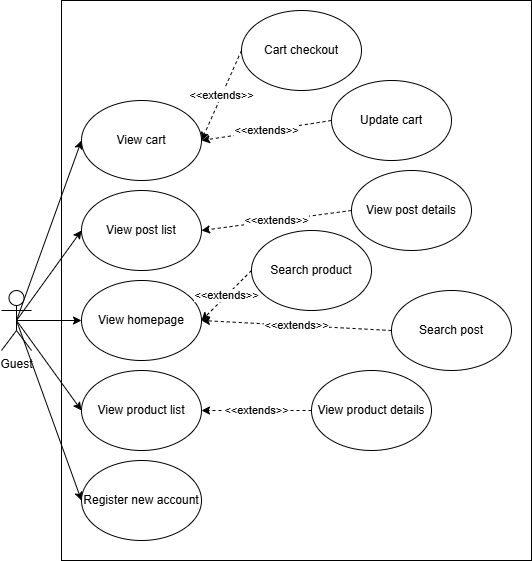
Before: misc/diagram/actor/guest.png, a diagram exported from draw.io (WilliamBC24/ShoppingWebSolo). Source tidied: cells renumbered, new cells last; positions are measured from the earlier drawing's top-left corner, leaving out a move shared by most shapes. Its diagram source:
```xml
<mxGraphModel>
  <root>
    <mxCell id="0" />
    <mxCell id="1" parent="0" />
    <mxCell id="2" style="rounded=0;whiteSpace=wrap;html=1;" parent="1" vertex="1">
      <mxGeometry x="60" width="470" height="560" as="geometry" />
    </mxCell>
    <mxCell id="3" style="edgeStyle=none;rounded=0;jettySize=auto;html=1;exitX=0.5;exitY=0.5;exitDx=0;exitDy=0;exitPerimeter=0;entryX=0;entryY=0.5;entryDx=0;entryDy=0;" parent="1" edge="1" source="8" target="17">
      <mxGeometry relative="1" as="geometry" />
    </mxCell>
    <mxCell id="4" style="edgeStyle=none;rounded=0;jettySize=auto;html=1;exitX=0.5;exitY=0.5;exitDx=0;exitDy=0;exitPerimeter=0;entryX=0;entryY=0.5;entryDx=0;entryDy=0;" parent="1" edge="1" source="8" target="12">
      <mxGeometry relative="1" as="geometry" />
    </mxCell>
    <mxCell id="5" style="edgeStyle=none;rounded=0;jettySize=auto;html=1;exitX=0.5;exitY=0.5;exitDx=0;exitDy=0;exitPerimeter=0;entryX=0;entryY=0.5;entryDx=0;entryDy=0;" parent="1" edge="1" source="8" target="13">
      <mxGeometry relative="1" as="geometry" />
    </mxCell>
    <mxCell id="6" style="edgeStyle=none;rounded=0;jettySize=auto;html=1;exitX=0.5;exitY=0.5;exitDx=0;exitDy=0;exitPerimeter=0;entryX=0;entryY=0.5;entryDx=0;entryDy=0;" parent="1" edge="1" source="8" target="10">
      <mxGeometry relative="1" as="geometry" />
    </mxCell>
    <mxCell id="7" style="edgeStyle=none;rounded=0;jettySize=auto;html=1;exitX=0.5;exitY=0.5;exitDx=0;exitDy=0;exitPerimeter=0;entryX=0;entryY=0.5;entryDx=0;entryDy=0;" parent="1" edge="1" source="8" target="14">
      <mxGeometry relative="1" as="geometry" />
    </mxCell>
    <mxCell id="8" value="Guest" style="shape=umlActor;verticalLabelPosition=bottom;verticalAlign=top;html=1;outlineConnect=0;" parent="1" vertex="1">
      <mxGeometry y="290" width="30" height="60" as="geometry" />
    </mxCell>
    <mxCell id="9" value="&amp;lt;&amp;lt;extends&amp;gt;&amp;gt;" style="edgeStyle=orthogonalEdgeStyle;rounded=0;jettySize=auto;html=1;dashed=1;entryX=1;entryY=0.5;entryDx=0;entryDy=0;" parent="1" edge="1" source="20" target="10">
      <mxGeometry relative="1" as="geometry" />
    </mxCell>
    <mxCell id="10" value="View product list" style="ellipse;whiteSpace=wrap;html=1;" parent="1" vertex="1">
      <mxGeometry x="80" y="370" width="120" height="80" as="geometry" />
    </mxCell>
    <mxCell id="11" value="&amp;lt;&amp;lt;extends&amp;gt;&amp;gt;" style="rounded=0;jettySize=auto;html=1;exitX=0;exitY=0.5;exitDx=0;exitDy=0;entryX=1;entryY=0.5;entryDx=0;entryDy=0;dashed=1;" parent="1" edge="1" source="19" target="12">
      <mxGeometry relative="1" as="geometry" />
    </mxCell>
    <mxCell id="12" value="View post list" style="ellipse;whiteSpace=wrap;html=1;" parent="1" vertex="1">
      <mxGeometry x="80" y="190" width="120" height="80" as="geometry" />
    </mxCell>
    <mxCell id="13" value="View homepage" style="ellipse;whiteSpace=wrap;html=1;" parent="1" vertex="1">
      <mxGeometry x="80" y="280" width="120" height="80" as="geometry" />
    </mxCell>
    <mxCell id="14" value="Register new account" style="ellipse;whiteSpace=wrap;html=1;" parent="1" vertex="1">
      <mxGeometry x="80" y="460" width="120" height="80" as="geometry" />
    </mxCell>
    <mxCell id="15" value="&amp;lt;&amp;lt;extends&amp;gt;&amp;gt;" style="edgeStyle=none;rounded=0;jettySize=auto;html=1;exitX=0;exitY=0.5;exitDx=0;exitDy=0;entryX=1;entryY=0.5;entryDx=0;entryDy=0;dashed=1;" parent="1" edge="1" source="18" target="17">
      <mxGeometry x="-0.01" relative="1" as="geometry" />
    </mxCell>
    <mxCell id="16" value="&amp;lt;&amp;lt;extends&amp;gt;&amp;gt;" style="edgeStyle=none;rounded=0;jettySize=auto;html=1;exitX=0;exitY=0.5;exitDx=0;exitDy=0;entryX=1;entryY=0.5;entryDx=0;entryDy=0;dashed=1;" parent="1" edge="1" source="21" target="17">
      <mxGeometry relative="1" as="geometry" />
    </mxCell>
    <mxCell id="17" value="View cart" style="ellipse;whiteSpace=wrap;html=1;" parent="1" vertex="1">
      <mxGeometry x="80" y="100" width="120" height="80" as="geometry" />
    </mxCell>
    <mxCell id="18" value="Cart checkout" style="ellipse;whiteSpace=wrap;html=1;" parent="1" vertex="1">
      <mxGeometry x="240" y="10" width="120" height="80" as="geometry" />
    </mxCell>
    <mxCell id="19" value="View post details" style="ellipse;whiteSpace=wrap;html=1;" parent="1" vertex="1">
      <mxGeometry x="350" y="170" width="120" height="80" as="geometry" />
    </mxCell>
    <mxCell id="20" value="View product details" style="ellipse;whiteSpace=wrap;html=1;" parent="1" vertex="1">
      <mxGeometry x="310" y="370" width="120" height="80" as="geometry" />
    </mxCell>
    <mxCell id="21" value="Update cart" style="ellipse;whiteSpace=wrap;html=1;" parent="1" vertex="1">
      <mxGeometry x="330" y="80" width="120" height="80" as="geometry" />
    </mxCell>
    <mxCell id="22" value="&amp;lt;&amp;lt;extends&amp;gt;&amp;gt;" style="rounded=0;jettySize=auto;html=1;exitX=0;exitY=0.5;exitDx=0;exitDy=0;entryX=1;entryY=0.5;entryDx=0;entryDy=0;dashed=1;" parent="1" edge="1" source="23" target="13">
      <mxGeometry relative="1" as="geometry" />
    </mxCell>
    <mxCell id="23" value="Search product" style="ellipse;whiteSpace=wrap;html=1;" parent="1" vertex="1">
      <mxGeometry x="250" y="230" width="120" height="80" as="geometry" />
    </mxCell>
    <mxCell id="24" value="&amp;lt;&amp;lt;extends&amp;gt;&amp;gt;" style="edgeStyle=none;rounded=0;jettySize=auto;html=1;exitX=0;exitY=0.5;exitDx=0;exitDy=0;entryX=1;entryY=0.5;entryDx=0;entryDy=0;dashed=1;" parent="1" edge="1" source="25" target="13">
      <mxGeometry relative="1" as="geometry" />
    </mxCell>
    <mxCell id="25" value="Search post" style="ellipse;whiteSpace=wrap;html=1;" parent="1" vertex="1">
      <mxGeometry x="390" y="290" width="120" height="80" as="geometry" />
    </mxCell>
  </root>
</mxGraphModel>
```
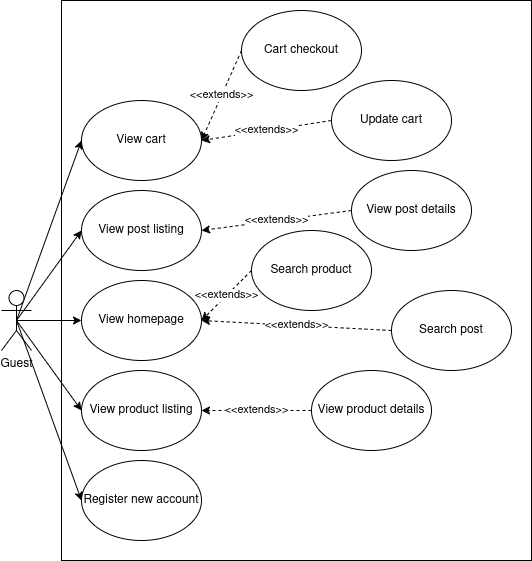
After the change.

The edit, as a diff of the source:
```diff
@@ -8,33 +8,33 @@
     <mxCell id="3" style="edgeStyle=none;rounded=0;jettySize=auto;html=1;exitX=0.5;exitY=0.5;exitDx=0;exitDy=0;exitPerimeter=0;entryX=0;entryY=0.5;entryDx=0;entryDy=0;" parent="1" edge="1" source="8" target="17">
       <mxGeometry relative="1" as="geometry" />
     </mxCell>
-    <mxCell id="4" style="edgeStyle=none;rounded=0;jettySize=auto;html=1;exitX=0.5;exitY=0.5;exitDx=0;exitDy=0;exitPerimeter=0;entryX=0;entryY=0.5;entryDx=0;entryDy=0;" parent="1" edge="1" source="8" target="12">
-      <mxGeometry relative="1" as="geometry" />
-    </mxCell>
+    <mxCell id="26" style="edgeStyle=none;rounded=0;jettySize=auto;html=1;exitX=0.5;exitY=0.5;exitDx=0;exitDy=0;exitPerimeter=0;entryX=0;entryY=0.5;entryDx=0;entryDy=0;" parent="1" edge="1" source="8" target="30">
+      <mxGeometry relative="1" as="geometry" />
+    </mxCell>
     <mxCell id="5" style="edgeStyle=none;rounded=0;jettySize=auto;html=1;exitX=0.5;exitY=0.5;exitDx=0;exitDy=0;exitPerimeter=0;entryX=0;entryY=0.5;entryDx=0;entryDy=0;" parent="1" edge="1" source="8" target="13">
       <mxGeometry relative="1" as="geometry" />
     </mxCell>
-    <mxCell id="6" style="edgeStyle=none;rounded=0;jettySize=auto;html=1;exitX=0.5;exitY=0.5;exitDx=0;exitDy=0;exitPerimeter=0;entryX=0;entryY=0.5;entryDx=0;entryDy=0;" parent="1" edge="1" source="8" target="10">
-      <mxGeometry relative="1" as="geometry" />
-    </mxCell>
+    <mxCell id="27" style="edgeStyle=none;rounded=0;jettySize=auto;html=1;exitX=0.5;exitY=0.5;exitDx=0;exitDy=0;exitPerimeter=0;entryX=0;entryY=0.5;entryDx=0;entryDy=0;" parent="1" edge="1" source="8" target="28">
+      <mxGeometry relative="1" as="geometry" />
+    </mxCell>
     <mxCell id="7" style="edgeStyle=none;rounded=0;jettySize=auto;html=1;exitX=0.5;exitY=0.5;exitDx=0;exitDy=0;exitPerimeter=0;entryX=0;entryY=0.5;entryDx=0;entryDy=0;" parent="1" edge="1" source="8" target="14">
       <mxGeometry relative="1" as="geometry" />
     </mxCell>
     <mxCell id="8" value="Guest" style="shape=umlActor;verticalLabelPosition=bottom;verticalAlign=top;html=1;outlineConnect=0;" parent="1" vertex="1">
       <mxGeometry y="290" width="30" height="60" as="geometry" />
     </mxCell>
-    <mxCell id="9" value="&amp;lt;&amp;lt;extends&amp;gt;&amp;gt;" style="edgeStyle=orthogonalEdgeStyle;rounded=0;jettySize=auto;html=1;dashed=1;entryX=1;entryY=0.5;entryDx=0;entryDy=0;" parent="1" edge="1" source="20" target="10">
+    <mxCell id="9" value="&amp;lt;&amp;lt;extends&amp;gt;&amp;gt;" style="edgeStyle=orthogonalEdgeStyle;rounded=0;jettySize=auto;html=1;dashed=1;entryX=1;entryY=0.5;entryDx=0;entryDy=0;" parent="1" edge="1" source="20" target="28">
       <mxGeometry relative="1" as="geometry" />
     </mxCell>
-    <mxCell id="10" value="View product list" style="ellipse;whiteSpace=wrap;html=1;" parent="1" vertex="1">
-      <mxGeometry x="80" y="370" width="120" height="80" as="geometry" />
-    </mxCell>
-    <mxCell id="11" value="&amp;lt;&amp;lt;extends&amp;gt;&amp;gt;" style="rounded=0;jettySize=auto;html=1;exitX=0;exitY=0.5;exitDx=0;exitDy=0;entryX=1;entryY=0.5;entryDx=0;entryDy=0;dashed=1;" parent="1" edge="1" source="19" target="12">
-      <mxGeometry relative="1" as="geometry" />
-    </mxCell>
-    <mxCell id="12" value="View post list" style="ellipse;whiteSpace=wrap;html=1;" parent="1" vertex="1">
-      <mxGeometry x="80" y="190" width="120" height="80" as="geometry" />
-    </mxCell>
+    <mxCell id="28" value="View product listing" style="ellipse;whiteSpace=wrap;html=1;" parent="1" vertex="1">
+      <mxGeometry x="80" y="370" width="120" height="80" as="geometry" />
+    </mxCell>
+    <mxCell id="29" value="&amp;lt;&amp;lt;extends&amp;gt;&amp;gt;" style="rounded=0;jettySize=auto;html=1;exitX=0;exitY=0.5;exitDx=0;exitDy=0;entryX=1;entryY=0.5;entryDx=0;entryDy=0;dashed=1;" parent="1" edge="1" source="19" target="30">
+      <mxGeometry relative="1" as="geometry" />
+    </mxCell>
+    <mxCell id="30" value="View post listing" style="ellipse;whiteSpace=wrap;html=1;" parent="1" vertex="1">
+      <mxGeometry x="80" y="190" width="120" height="80" as="geometry" />
+    </mxCell>
     <mxCell id="13" value="View homepage" style="ellipse;whiteSpace=wrap;html=1;" parent="1" vertex="1">
       <mxGeometry x="80" y="280" width="120" height="80" as="geometry" />
     </mxCell>
```
